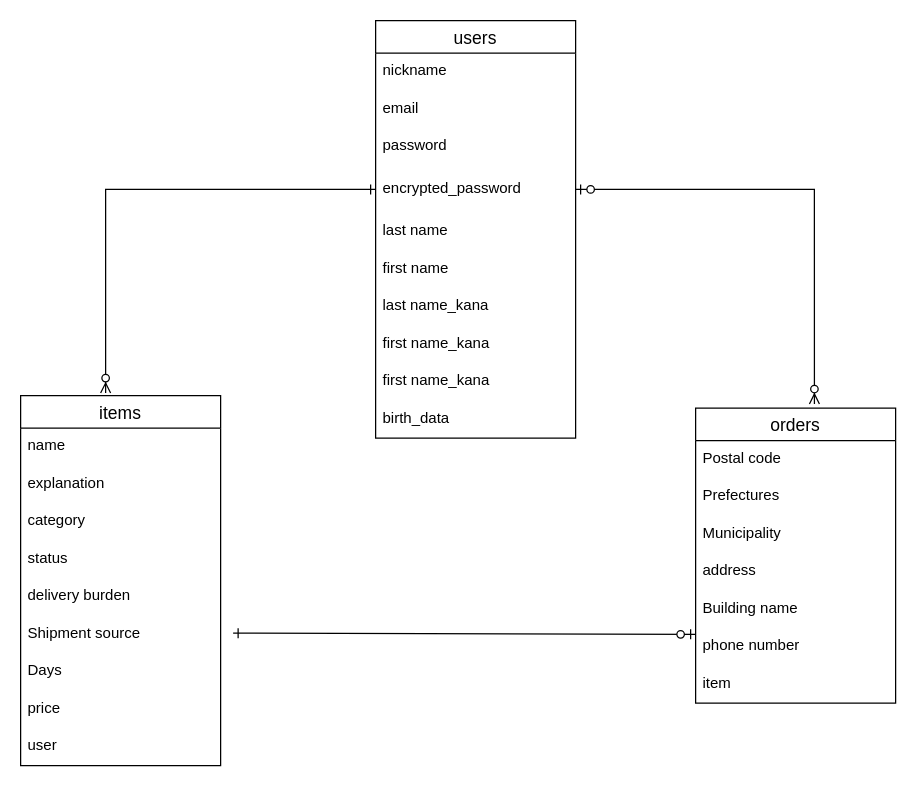
Before: furimo.dio in KimFight/furima-32013, a draw.io diagram. Source tidied: cells renumbered, new cells numbered last; positions are measured from the earlier drawing's top-left corner, leaving out a move shared by most shapes. Both pictures are drawn from the tidied source at 125%, with x=0, y=0 at pixel (20, 20).
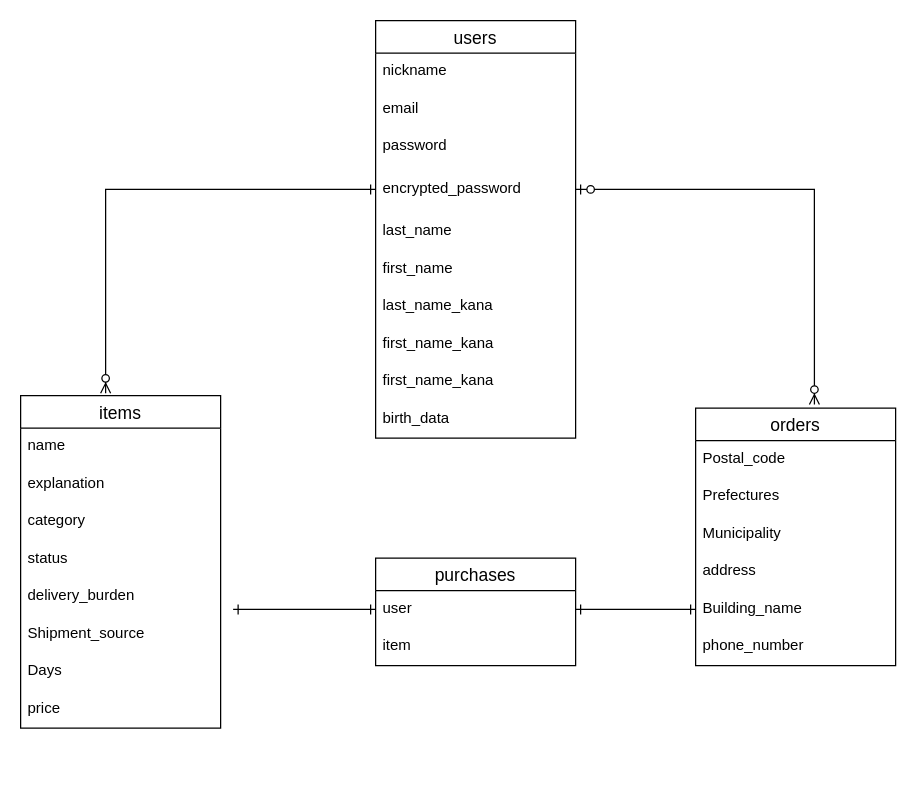
The same page after the edit.

Unchanged cells that the change refers to:
```xml
<mxCell id="20" value="users" style="swimlane;fontStyle=0;horizontal=1;startSize=26;align=center;fontSize=14;" parent="1" vertex="1">
  <mxGeometry x="284" width="160" height="334" as="geometry" />
</mxCell>
```

The edit, as a diff of the source:
```diff
@@
     <mxCell id="2" value="items" style="swimlane;fontStyle=0;horizontal=1;startSize=26;align=center;fontSize=14;" parent="1" vertex="1">
-      <mxGeometry y="300" width="160" height="296" as="geometry" />
+      <mxGeometry y="300" width="160" height="266" as="geometry" />
     </mxCell>
@@
-    <mxCell id="7" value="delivery burden" style="text;strokeColor=none;fillColor=none;spacingLeft=4;spacingRight=4;overflow=hidden;fontSize=12;" parent="2" vertex="1">
+    <mxCell id="7" value="delivery_burden" style="text;strokeColor=none;fillColor=none;spacingLeft=4;spacingRight=4;overflow=hidden;fontSize=12;" parent="2" vertex="1">
       <mxGeometry y="146" width="160" height="30" as="geometry" />
     </mxCell>
-    <mxCell id="8" value="Shipment source" style="text;strokeColor=none;fillColor=none;spacingLeft=4;spacingRight=4;overflow=hidden;fontSize=12;" parent="2" vertex="1">
+    <mxCell id="8" value="Shipment_source" style="text;strokeColor=none;fillColor=none;spacingLeft=4;spacingRight=4;overflow=hidden;fontSize=12;" parent="2" vertex="1">
       <mxGeometry y="176" width="160" height="30" as="geometry" />
     </mxCell>
@@
-    <mxCell id="11" value="user" style="text;strokeColor=none;fillColor=none;spacingLeft=4;spacingRight=4;overflow=hidden;points=[[0,0.5],[1,0.5]];portConstraint=eastwest;fontSize=12;" parent="2" vertex="1">
-      <mxGeometry y="266" width="160" height="30" as="geometry" />
-    </mxCell>
     <mxCell id="12" value="orders" style="swimlane;fontStyle=0;horizontal=1;startSize=26;align=center;fontSize=14;" parent="1" vertex="1">
-      <mxGeometry x="540" y="310" width="160" height="236" as="geometry" />
+      <mxGeometry x="540" y="310" width="160" height="206" as="geometry" />
     </mxCell>
-    <mxCell id="13" value="Postal code" style="text;strokeColor=none;fillColor=none;spacingLeft=4;spacingRight=4;overflow=hidden;fontSize=12;" parent="12" vertex="1">
+    <mxCell id="13" value="Postal_code" style="text;strokeColor=none;fillColor=none;spacingLeft=4;spacingRight=4;overflow=hidden;fontSize=12;" parent="12" vertex="1">
       <mxGeometry y="26" width="160" height="30" as="geometry" />
     </mxCell>
@@
-    <mxCell id="17" value="Building name" style="text;strokeColor=none;fillColor=none;spacingLeft=4;spacingRight=4;overflow=hidden;points=[[0,0.5],[1,0.5]];portConstraint=eastwest;fontSize=12;" parent="12" vertex="1">
+    <mxCell id="17" value="Building_name" style="text;strokeColor=none;fillColor=none;spacingLeft=4;spacingRight=4;overflow=hidden;points=[[0,0.5],[1,0.5]];portConstraint=eastwest;fontSize=12;" parent="12" vertex="1">
       <mxGeometry y="146" width="160" height="30" as="geometry" />
     </mxCell>
-    <mxCell id="18" value="phone number" style="text;strokeColor=none;fillColor=none;spacingLeft=4;spacingRight=4;overflow=hidden;fontSize=12;" parent="12" vertex="1">
+    <mxCell id="18" value="phone_number" style="text;strokeColor=none;fillColor=none;spacingLeft=4;spacingRight=4;overflow=hidden;fontSize=12;" parent="12" vertex="1">
       <mxGeometry y="176" width="160" height="30" as="geometry" />
     </mxCell>
-    <mxCell id="19" value="item" style="text;strokeColor=none;fillColor=none;spacingLeft=4;spacingRight=4;overflow=hidden;fontSize=12;" parent="12" vertex="1">
-      <mxGeometry y="206" width="160" height="30" as="geometry" />
-    </mxCell>
@@
-    <mxCell id="25" value="last name" style="text;strokeColor=none;fillColor=none;spacingLeft=4;spacingRight=4;overflow=hidden;fontSize=12;" parent="20" vertex="1">
+    <mxCell id="25" value="last_name" style="text;strokeColor=none;fillColor=none;spacingLeft=4;spacingRight=4;overflow=hidden;fontSize=12;" parent="20" vertex="1">
       <mxGeometry y="154" width="160" height="30" as="geometry" />
     </mxCell>
-    <mxCell id="26" value="first name" style="text;strokeColor=none;fillColor=none;spacingLeft=4;spacingRight=4;overflow=hidden;fontSize=12;" parent="20" vertex="1">
+    <mxCell id="26" value="first_name" style="text;strokeColor=none;fillColor=none;spacingLeft=4;spacingRight=4;overflow=hidden;fontSize=12;" parent="20" vertex="1">
       <mxGeometry y="184" width="160" height="30" as="geometry" />
     </mxCell>
-    <mxCell id="27" value="last name_kana" style="text;strokeColor=none;fillColor=none;spacingLeft=4;spacingRight=4;overflow=hidden;fontSize=12;" parent="20" vertex="1">
+    <mxCell id="27" value="last_name_kana" style="text;strokeColor=none;fillColor=none;spacingLeft=4;spacingRight=4;overflow=hidden;fontSize=12;" parent="20" vertex="1">
       <mxGeometry y="214" width="160" height="30" as="geometry" />
     </mxCell>
-    <mxCell id="28" value="first name_kana" style="text;strokeColor=none;fillColor=none;spacingLeft=4;spacingRight=4;overflow=hidden;fontSize=12;" parent="20" vertex="1">
+    <mxCell id="28" value="first_name_kana" style="text;strokeColor=none;fillColor=none;spacingLeft=4;spacingRight=4;overflow=hidden;fontSize=12;" parent="20" vertex="1">
       <mxGeometry y="244" width="160" height="30" as="geometry" />
     </mxCell>
-    <mxCell id="29" value="first name_kana" style="text;strokeColor=none;fillColor=none;spacingLeft=4;spacingRight=4;overflow=hidden;fontSize=12;" parent="20" vertex="1">
+    <mxCell id="29" value="first_name_kana" style="text;strokeColor=none;fillColor=none;spacingLeft=4;spacingRight=4;overflow=hidden;fontSize=12;" parent="20" vertex="1">
       <mxGeometry y="274" width="160" height="30" as="geometry" />
     </mxCell>
@@
-    <mxCell id="33" style="edgeStyle=none;rounded=0;orthogonalLoop=1;jettySize=auto;html=1;startArrow=ERone;startFill=0;endArrow=ERzeroToOne;endFill=1;" parent="1" edge="1">
-      <mxGeometry relative="1" as="geometry">
-        <mxPoint x="170" y="490" as="sourcePoint" />
-        <mxPoint x="540" y="491" as="targetPoint" />
-      </mxGeometry>
-    </mxCell>
+    <mxCell id="34" value="purchases" style="swimlane;fontStyle=0;horizontal=1;startSize=26;align=center;fontSize=14;" parent="1" vertex="1">
+      <mxGeometry x="284" y="430" width="160" height="86" as="geometry" />
+    </mxCell>
+    <mxCell id="11" value="user" style="text;strokeColor=none;fillColor=none;spacingLeft=4;spacingRight=4;overflow=hidden;points=[[0,0.5],[1,0.5]];portConstraint=eastwest;fontSize=12;" parent="34" vertex="1">
+      <mxGeometry y="26" width="160" height="30" as="geometry" />
+    </mxCell>
+    <mxCell id="19" value="item" style="text;strokeColor=none;fillColor=none;spacingLeft=4;spacingRight=4;overflow=hidden;fontSize=12;" parent="34" vertex="1">
+      <mxGeometry y="56" width="160" height="30" as="geometry" />
+    </mxCell>
+    <mxCell id="35" style="edgeStyle=orthogonalEdgeStyle;rounded=0;jettySize=auto;html=1;exitX=1;exitY=0.5;exitDx=0;exitDy=0;startArrow=ERone;startFill=0;endArrow=ERone;endFill=0;" parent="1" edge="1" source="11" target="17">
+      <mxGeometry relative="1" as="geometry" />
+    </mxCell>
+    <mxCell id="36" style="edgeStyle=orthogonalEdgeStyle;rounded=0;jettySize=auto;html=1;exitX=0;exitY=0.5;exitDx=0;exitDy=0;startArrow=ERone;startFill=0;endArrow=ERone;endFill=0;" parent="1" edge="1" source="11">
+      <mxGeometry relative="1" as="geometry">
+        <mxPoint x="170" y="471" as="targetPoint" />
+      </mxGeometry>
+    </mxCell>
```
